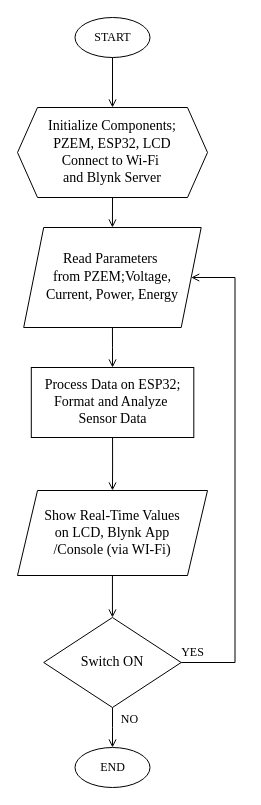
Above: AI Prediction Flowchart.drawio in Adeolu-Aremu/AIoT-Energy-Meter (draw.io), before the change. Source tidied: cells renumbered, new cells numbered last; positions are measured from the earlier drawing's top-left corner, leaving out a move shared by most shapes. Both pictures are drawn from the tidied source at 100%, with x=0, y=0 at pixel (17, 17).
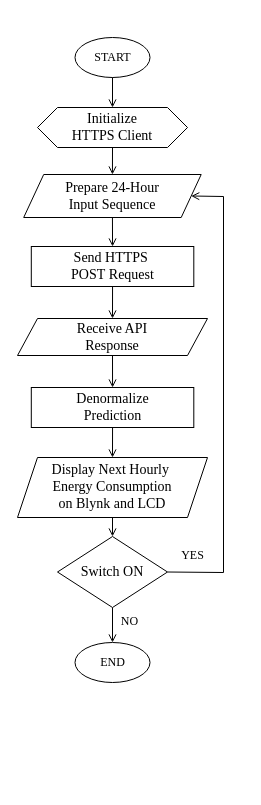
Above is the later version.

Change to the diagram source:
```diff
@@
     <mxCell id="2" value="&lt;font face=&quot;Times New Roman&quot;&gt;START&lt;/font&gt;" style="ellipse;whiteSpace=wrap;html=1;" parent="1" vertex="1">
-      <mxGeometry x="57.5" width="75" height="40" as="geometry" />
+      <mxGeometry x="57.5" y="20" width="75" height="40" as="geometry" />
     </mxCell>
-    <mxCell id="3" value="&lt;div style=&quot;text-wrap-mode: nowrap;&quot;&gt;&lt;font style=&quot;font-size: 14px;&quot; face=&quot;Times New Roman&quot;&gt;Read Parameters&amp;nbsp;&lt;/font&gt;&lt;/div&gt;&lt;div style=&quot;text-wrap-mode: nowrap;&quot;&gt;&lt;font style=&quot;font-size: 14px;&quot;&gt;&lt;font face=&quot;Times New Roman&quot;&gt;from PZEM;&lt;/font&gt;&lt;span style=&quot;font-family: &amp;quot;Times New Roman&amp;quot;; background-color: transparent; color: light-dark(rgb(0, 0, 0), rgb(255, 255, 255));&quot;&gt;Voltage,&lt;/span&gt;&lt;/font&gt;&lt;/div&gt;&lt;div style=&quot;text-wrap-mode: nowrap;&quot;&gt;&lt;font style=&quot;font-size: 14px;&quot;&gt;&lt;span style=&quot;font-family: &amp;quot;Times New Roman&amp;quot;; background-color: transparent; color: light-dark(rgb(0, 0, 0), rgb(255, 255, 255));&quot;&gt;Current,&amp;nbsp;&lt;/span&gt;&lt;span style=&quot;font-family: &amp;quot;Times New Roman&amp;quot;; background-color: transparent; color: light-dark(rgb(0, 0, 0), rgb(255, 255, 255));&quot;&gt;Power,&amp;nbsp;&lt;/span&gt;&lt;span style=&quot;font-family: &amp;quot;Times New Roman&amp;quot;; background-color: transparent; color: light-dark(rgb(0, 0, 0), rgb(255, 255, 255));&quot;&gt;Energy&lt;/span&gt;&lt;/font&gt;&lt;/div&gt;" style="shape=parallelogram;perimeter=parallelogramPerimeter;whiteSpace=wrap;html=1;fixedSize=1;" parent="1" vertex="1">
-      <mxGeometry x="6.2" y="210" width="177.5" height="100" as="geometry" />
+    <mxCell id="3" value="&lt;div style=&quot;&quot;&gt;&lt;font style=&quot;font-size: 14px;&quot; face=&quot;Times New Roman&quot;&gt;&lt;span style=&quot;text-wrap-mode: nowrap;&quot;&gt;P&lt;/span&gt;repare 24-Hour Input&amp;nbsp;&lt;/font&gt;&lt;span style=&quot;font-size: 14px; font-family: &amp;quot;Times New Roman&amp;quot;; background-color: transparent; color: light-dark(rgb(0, 0, 0), rgb(255, 255, 255));&quot;&gt;Sequence&lt;/span&gt;&lt;/div&gt;" style="shape=parallelogram;perimeter=parallelogramPerimeter;whiteSpace=wrap;html=1;fixedSize=1;" parent="1" vertex="1">
+      <mxGeometry x="6.2" y="157" width="177.5" height="43" as="geometry" />
     </mxCell>
-    <mxCell id="4" style="edgeStyle=orthogonalEdgeStyle;rounded=0;jettySize=auto;html=1;endArrow=open;endFill=0;entryX=0.5;entryY=0;entryDx=0;entryDy=0;entryPerimeter=0;" parent="1" edge="1" source="5" target="9">
-      <mxGeometry relative="1" as="geometry" />
-    </mxCell>
-    <mxCell id="5" value="&lt;div style=&quot;text-wrap-mode: nowrap;&quot;&gt;&lt;span style=&quot;background-color: transparent; color: light-dark(rgb(0, 0, 0), rgb(255, 255, 255));&quot;&gt;&lt;font style=&quot;font-size: 14px;&quot; face=&quot;Times New Roman&quot;&gt;Show Real-Time Values&lt;/font&gt;&lt;/span&gt;&lt;/div&gt;&lt;div style=&quot;text-wrap-mode: nowrap;&quot;&gt;&lt;font style=&quot;font-size: 14px; background-color: transparent; color: light-dark(rgb(0, 0, 0), rgb(255, 255, 255));&quot; face=&quot;Times New Roman&quot;&gt;&amp;nbsp;on LCD,&lt;/font&gt;&lt;span style=&quot;font-size: 14px; background-color: transparent; color: light-dark(rgb(0, 0, 0), rgb(255, 255, 255)); font-family: &amp;quot;Times New Roman&amp;quot;;&quot;&gt;&amp;nbsp;Blynk&amp;nbsp;&lt;/span&gt;&lt;span style=&quot;font-size: 14px; font-family: &amp;quot;Times New Roman&amp;quot;; background-color: transparent; color: light-dark(rgb(0, 0, 0), rgb(255, 255, 255));&quot;&gt;App&amp;nbsp;&lt;/span&gt;&lt;/div&gt;&lt;div style=&quot;text-wrap-mode: nowrap;&quot;&gt;&lt;span style=&quot;font-size: 14px; font-family: &amp;quot;Times New Roman&amp;quot;; background-color: transparent; color: light-dark(rgb(0, 0, 0), rgb(255, 255, 255));&quot;&gt;/Console (via WI-Fi)&lt;/span&gt;&lt;/div&gt;" style="shape=parallelogram;perimeter=parallelogramPerimeter;whiteSpace=wrap;html=1;fixedSize=1;" parent="1" vertex="1">
-      <mxGeometry y="473" width="190" height="85" as="geometry" />
+    <mxCell id="5" value="&lt;div style=&quot;text-wrap-mode: nowrap;&quot;&gt;&lt;span style=&quot;background-color: transparent; color: light-dark(rgb(0, 0, 0), rgb(255, 255, 255)); font-family: &amp;quot;Times New Roman&amp;quot;; font-size: 14px;&quot;&gt;Receive API&lt;/span&gt;&lt;/div&gt;&lt;div style=&quot;text-wrap-mode: nowrap;&quot;&gt;&lt;span style=&quot;background-color: transparent; color: light-dark(rgb(0, 0, 0), rgb(255, 255, 255)); font-family: &amp;quot;Times New Roman&amp;quot;; font-size: 14px;&quot;&gt;Response&lt;/span&gt;&lt;/div&gt;" style="shape=parallelogram;perimeter=parallelogramPerimeter;whiteSpace=wrap;html=1;fixedSize=1;" parent="1" vertex="1">
+      <mxGeometry y="301" width="190" height="37" as="geometry" />
     </mxCell>
     <mxCell id="6" value="&lt;font face=&quot;Times New Roman&quot;&gt;END&lt;/font&gt;" style="ellipse;whiteSpace=wrap;html=1;" parent="1" vertex="1">
-      <mxGeometry x="57.5" y="730" width="75" height="40" as="geometry" />
+      <mxGeometry x="57.5" y="625" width="75" height="40" as="geometry" />
     </mxCell>
     <mxCell id="7" style="endArrow=open;html=1;rounded=0;exitX=1;exitY=0.5;exitDx=0;exitDy=0;entryX=1;entryY=0.5;entryDx=0;entryDy=0;endFill=0;exitPerimeter=0;" parent="1" edge="1" source="9" target="3">
       <mxGeometry relative="1" as="geometry">
         <Array as="points">
-          <mxPoint x="217.5" y="645" />
-          <mxPoint x="217.5" y="260" />
+          <mxPoint x="206" y="555" />
+          <mxPoint x="206" y="179" />
         </Array>
       </mxGeometry>
     </mxCell>
@@
     <mxCell id="9" value="&lt;font style=&quot;font-size: 14px;&quot; face=&quot;Times New Roman&quot;&gt;Switch ON&lt;/font&gt;" style="strokeWidth=1;html=1;shape=mxgraph.flowchart.decision;whiteSpace=wrap;" parent="1" vertex="1">
-      <mxGeometry x="26.2" y="600" width="137.5" height="90" as="geometry" />
+      <mxGeometry x="40" y="519" width="110" height="71" as="geometry" />
     </mxCell>
     <mxCell id="10" value="&lt;h6&gt;&lt;span style=&quot;color: light-dark(rgb(0, 0, 0), rgb(255, 255, 255)); font-weight: normal;&quot;&gt;&lt;font style=&quot;font-size: 12px;&quot; face=&quot;Times New Roman&quot;&gt;NO&lt;/font&gt;&lt;/span&gt;&lt;/h6&gt;&lt;div&gt;&lt;/div&gt;" style="text;html=1;align=center;verticalAlign=middle;strokeColor=none;fillColor=none;" parent="1" vertex="1">
-      <mxGeometry x="91.5" y="667" width="40" height="70" as="geometry" />
+      <mxGeometry x="91.5" y="569" width="40" height="70" as="geometry" />
     </mxCell>
-    <mxCell id="11" value="&lt;div style=&quot;text-wrap-mode: nowrap;&quot;&gt;&lt;font style=&quot;font-size: 14px;&quot; face=&quot;Times New Roman&quot;&gt;Process Data on ESP32;&lt;/font&gt;&lt;/div&gt;&lt;div style=&quot;text-wrap-mode: nowrap;&quot;&gt;&lt;font style=&quot;font-size: 14px;&quot; face=&quot;Times New Roman&quot;&gt;Format and Analyze&amp;nbsp;&lt;/font&gt;&lt;/div&gt;&lt;div style=&quot;text-wrap-mode: nowrap;&quot;&gt;&lt;font style=&quot;font-size: 14px;&quot; face=&quot;Times New Roman&quot;&gt;Sensor Data&lt;/font&gt;&lt;/div&gt;" style="rounded=0;whiteSpace=wrap;html=1;" parent="1" vertex="1">
-      <mxGeometry x="13.8" y="350" width="162.5" height="70" as="geometry" />
+    <mxCell id="11" value="&lt;div style=&quot;text-wrap-mode: nowrap;&quot;&gt;&lt;span style=&quot;font-size: 14px; font-family: &amp;quot;Times New Roman&amp;quot;; background-color: transparent; color: light-dark(rgb(0, 0, 0), rgb(255, 255, 255));&quot;&gt;Send HTTPS&amp;nbsp;&lt;/span&gt;&lt;/div&gt;&lt;div style=&quot;text-wrap-mode: nowrap;&quot;&gt;&lt;span style=&quot;font-size: 14px; font-family: &amp;quot;Times New Roman&amp;quot;; background-color: transparent; color: light-dark(rgb(0, 0, 0), rgb(255, 255, 255));&quot;&gt;POST&amp;nbsp;&lt;/span&gt;&lt;span style=&quot;background-color: transparent; color: light-dark(rgb(0, 0, 0), rgb(255, 255, 255)); font-family: &amp;quot;Times New Roman&amp;quot;; font-size: 14px;&quot;&gt;Request&lt;/span&gt;&lt;/div&gt;" style="rounded=0;whiteSpace=wrap;html=1;" parent="1" vertex="1">
+      <mxGeometry x="13.8" y="229" width="162.5" height="40" as="geometry" />
     </mxCell>
@@
     <mxCell id="13" value="&lt;h6&gt;&lt;span style=&quot;color: light-dark(rgb(0, 0, 0), rgb(255, 255, 255)); font-weight: normal;&quot;&gt;&lt;font style=&quot;font-size: 12px;&quot; face=&quot;Times New Roman&quot;&gt;YES&lt;/font&gt;&lt;/span&gt;&lt;/h6&gt;&lt;div&gt;&lt;/div&gt;" style="text;html=1;align=center;verticalAlign=middle;strokeColor=none;fillColor=none;" parent="1" vertex="1">
-      <mxGeometry x="150" y="600" width="50" height="70" as="geometry" />
+      <mxGeometry x="150" y="503" width="50" height="70" as="geometry" />
     </mxCell>
-    <mxCell id="14" style="edgeStyle=orthogonalEdgeStyle;rounded=0;jettySize=auto;html=1;endArrow=open;endFill=0;exitX=0.5;exitY=1;exitDx=0;exitDy=0;entryX=0.5;entryY=0;entryDx=0;entryDy=0;" parent="1" edge="1" source="3" target="11">
-      <mxGeometry relative="1" as="geometry" />
-    </mxCell>
@@
-    <mxCell id="16" value="&lt;span style=&quot;color: light-dark(rgb(0, 0, 0), rgb(255, 255, 255)); text-wrap-mode: nowrap; background-color: transparent;&quot;&gt;&lt;font style=&quot;font-size: 14px;&quot; face=&quot;Times New Roman&quot;&gt;Initialize Components;&lt;/font&gt;&lt;/span&gt;&lt;div style=&quot;text-wrap-mode: nowrap;&quot;&gt;&lt;font style=&quot;font-size: 14px;&quot;&gt;&lt;font face=&quot;Times New Roman&quot;&gt;PZEM,&amp;nbsp;&lt;/font&gt;&lt;span style=&quot;font-family: &amp;quot;Times New Roman&amp;quot;; background-color: transparent; color: light-dark(rgb(0, 0, 0), rgb(255, 255, 255));&quot;&gt;ESP32,&amp;nbsp;&lt;/span&gt;&lt;span style=&quot;font-family: &amp;quot;Times New Roman&amp;quot;; background-color: transparent; color: light-dark(rgb(0, 0, 0), rgb(255, 255, 255));&quot;&gt;LCD&lt;/span&gt;&lt;/font&gt;&lt;/div&gt;&lt;div style=&quot;text-wrap-mode: nowrap;&quot;&gt;&lt;font style=&quot;font-size: 14px;&quot; face=&quot;Times New Roman&quot;&gt;Connect to Wi-Fi&amp;nbsp;&lt;/font&gt;&lt;/div&gt;&lt;div style=&quot;text-wrap-mode: nowrap;&quot;&gt;&lt;font style=&quot;font-size: 14px;&quot;&gt;&lt;font style=&quot;&quot; face=&quot;Times New Roman&quot;&gt;and&amp;nbsp;&lt;/font&gt;&lt;span style=&quot;font-family: &amp;quot;Times New Roman&amp;quot;; background-color: transparent; color: light-dark(rgb(0, 0, 0), rgb(255, 255, 255));&quot;&gt;Blynk Server&lt;/span&gt;&lt;/font&gt;&lt;/div&gt;" style="shape=hexagon;perimeter=hexagonPerimeter2;whiteSpace=wrap;html=1;fixedSize=1;" parent="1" vertex="1">
-      <mxGeometry y="90" width="190" height="90" as="geometry" />
+    <mxCell id="16" value="&lt;span style=&quot;color: light-dark(rgb(0, 0, 0), rgb(255, 255, 255)); text-wrap-mode: nowrap; background-color: transparent;&quot;&gt;&lt;font style=&quot;font-size: 14px;&quot; face=&quot;Times New Roman&quot;&gt;Initialize&lt;/font&gt;&lt;/span&gt;&lt;div&gt;&lt;span style=&quot;color: light-dark(rgb(0, 0, 0), rgb(255, 255, 255)); text-wrap-mode: nowrap; background-color: transparent;&quot;&gt;&lt;font style=&quot;font-size: 14px;&quot; face=&quot;Times New Roman&quot;&gt;HTTPS&amp;nbsp;&lt;/font&gt;&lt;/span&gt;&lt;span style=&quot;font-size: 14px; font-family: &amp;quot;Times New Roman&amp;quot;; background-color: transparent; color: light-dark(rgb(0, 0, 0), rgb(255, 255, 255)); text-wrap-mode: nowrap;&quot;&gt;Client&lt;/span&gt;&lt;/div&gt;" style="shape=hexagon;perimeter=hexagonPerimeter2;whiteSpace=wrap;html=1;fixedSize=1;" parent="1" vertex="1">
+      <mxGeometry x="20" y="90" width="150" height="40" as="geometry" />
     </mxCell>
@@
+    <mxCell id="18" value="&lt;div style=&quot;text-wrap-mode: nowrap;&quot;&gt;&lt;font face=&quot;Times New Roman&quot;&gt;&lt;span style=&quot;font-size: 14px;&quot;&gt;Denormalize&lt;/span&gt;&lt;/font&gt;&lt;/div&gt;&lt;div style=&quot;text-wrap-mode: nowrap;&quot;&gt;&lt;font face=&quot;Times New Roman&quot;&gt;&lt;span style=&quot;font-size: 14px;&quot;&gt;Prediction&lt;/span&gt;&lt;/font&gt;&lt;/div&gt;" style="rounded=0;whiteSpace=wrap;html=1;" parent="1" vertex="1">
+      <mxGeometry x="13.8" y="370" width="162.5" height="40" as="geometry" />
+    </mxCell>
+    <mxCell id="14" style="edgeStyle=orthogonalEdgeStyle;rounded=0;jettySize=auto;html=1;endArrow=open;endFill=0;exitX=0.5;exitY=1;exitDx=0;exitDy=0;entryX=0.5;entryY=0;entryDx=0;entryDy=0;" parent="1" edge="1" source="3" target="11">
+      <mxGeometry relative="1" as="geometry" />
+    </mxCell>
+    <mxCell id="19" value="&lt;div style=&quot;text-wrap-mode: nowrap;&quot;&gt;&lt;font face=&quot;Times New Roman&quot;&gt;&lt;span style=&quot;font-size: 14px;&quot;&gt;Display Next&amp;nbsp;&lt;/span&gt;&lt;/font&gt;&lt;span style=&quot;font-size: 14px; font-family: &amp;quot;Times New Roman&amp;quot;; background-color: transparent; color: light-dark(rgb(0, 0, 0), rgb(255, 255, 255));&quot;&gt;Hourly&amp;nbsp;&lt;/span&gt;&lt;/div&gt;&lt;div style=&quot;text-wrap-mode: nowrap;&quot;&gt;&lt;span style=&quot;font-size: 14px; font-family: &amp;quot;Times New Roman&amp;quot;; background-color: transparent; color: light-dark(rgb(0, 0, 0), rgb(255, 255, 255));&quot;&gt;Energy Consumption&lt;/span&gt;&lt;/div&gt;&lt;div style=&quot;text-wrap-mode: nowrap;&quot;&gt;&lt;font face=&quot;Times New Roman&quot;&gt;&lt;span style=&quot;font-size: 14px;&quot;&gt;on Blynk and LCD&lt;/span&gt;&lt;/font&gt;&lt;/div&gt;" style="shape=parallelogram;perimeter=parallelogramPerimeter;whiteSpace=wrap;html=1;fixedSize=1;" parent="1" vertex="1">
+      <mxGeometry y="440" width="190" height="60" as="geometry" />
+    </mxCell>
+    <mxCell id="20" style="edgeStyle=orthogonalEdgeStyle;rounded=0;jettySize=auto;html=1;endArrow=open;endFill=0;exitX=0.5;exitY=1;exitDx=0;exitDy=0;entryX=0.5;entryY=0;entryDx=0;entryDy=0;" parent="1" edge="1" source="5" target="18">
+      <mxGeometry relative="1" as="geometry" />
+    </mxCell>
+    <mxCell id="21" style="edgeStyle=orthogonalEdgeStyle;rounded=0;jettySize=auto;html=1;endArrow=open;endFill=0;exitX=0.5;exitY=1;exitDx=0;exitDy=0;entryX=0.5;entryY=0;entryDx=0;entryDy=0;" parent="1" edge="1" source="18" target="19">
+      <mxGeometry relative="1" as="geometry" />
+    </mxCell>
+    <mxCell id="22" style="edgeStyle=orthogonalEdgeStyle;rounded=0;jettySize=auto;html=1;endArrow=open;endFill=0;exitX=0.5;exitY=1;exitDx=0;exitDy=0;entryX=0.5;entryY=0;entryDx=0;entryDy=0;entryPerimeter=0;" parent="1" edge="1" source="19" target="9">
+      <mxGeometry relative="1" as="geometry" />
+    </mxCell>
```
